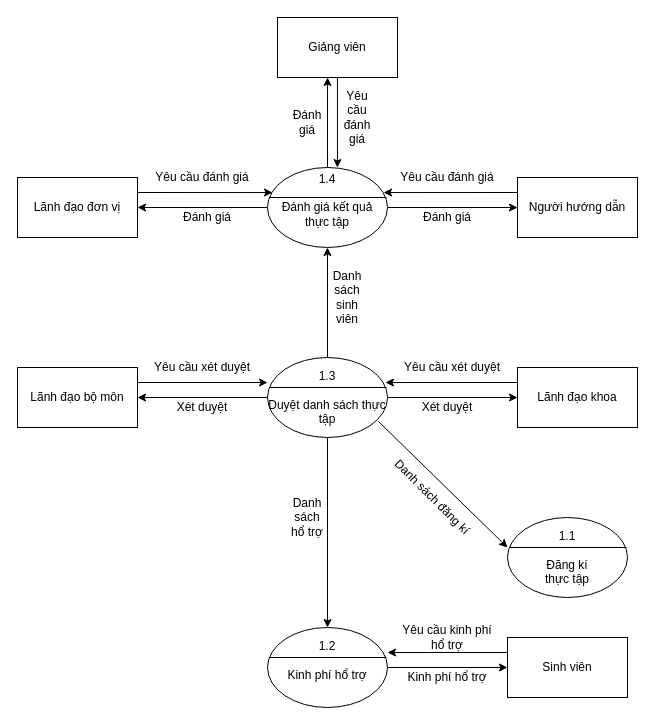
Earlier version of the draw.io diagram PTTK HTTT/DFD/DFD_1.drawio (tronghao/DaAnCSDL). Source tidied: cells renumbered, new cells numbered last; positions are measured from the earlier drawing's top-left corner, leaving out a move shared by most shapes. Both pictures are drawn from the tidied source at 100%, with x=0, y=0 at pixel (17, 17).
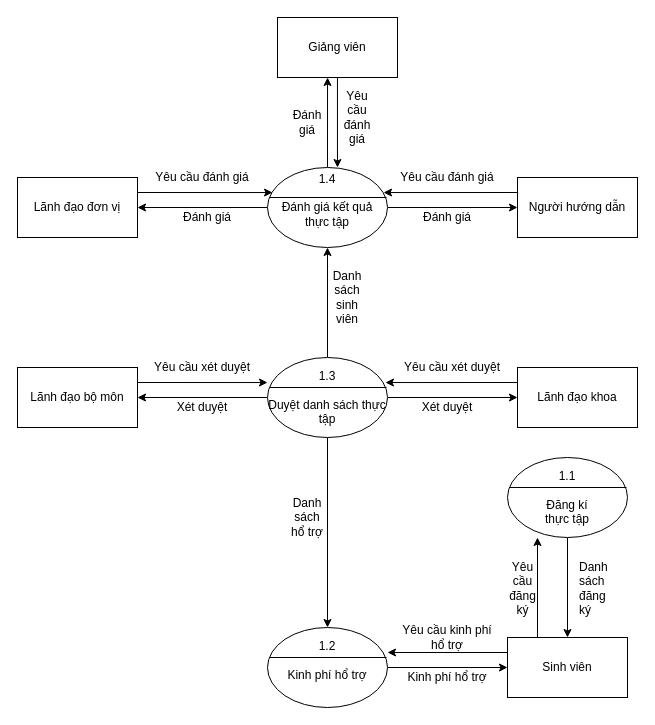
The same diagram, later.

Unchanged cells that the change refers to:
```xml
<mxCell id="8" value="&lt;br&gt;1.3&lt;br&gt;&lt;br&gt;Duyệt danh sách thực tập&lt;br&gt;&lt;br&gt;" style="ellipse;whiteSpace=wrap;html=1;" parent="1" vertex="1">
  <mxGeometry x="250" y="340" width="120" height="80" as="geometry" />
</mxCell>
<mxCell id="23" value="Sinh viên" style="rounded=0;whiteSpace=wrap;html=1;" parent="1" vertex="1">
  <mxGeometry x="490" y="620" width="120" height="60" as="geometry" />
</mxCell>
```

Diff of the diagram source:
```diff
@@
+    <mxCell id="46" style="edgeStyle=orthogonalEdgeStyle;rounded=0;jettySize=auto;html=1;entryX=0.5;entryY=0;entryDx=0;entryDy=0;" parent="1" edge="1" source="10" target="23">
+      <mxGeometry relative="1" as="geometry" />
+    </mxCell>
     <mxCell id="10" value="&lt;br&gt;1.1&lt;br&gt;&lt;br&gt;Đăng kí&lt;br&gt;thực tập&lt;br&gt;&lt;br&gt;" style="ellipse;whiteSpace=wrap;html=1;" parent="1" vertex="1">
-      <mxGeometry x="490" y="500" width="120" height="80" as="geometry" />
+      <mxGeometry x="490" y="440" width="120" height="80" as="geometry" />
     </mxCell>
@@
+    <mxCell id="47" style="edgeStyle=orthogonalEdgeStyle;rounded=0;jettySize=auto;html=1;exitX=0.25;exitY=0;exitDx=0;exitDy=0;entryX=0.25;entryY=1;entryDx=0;entryDy=0;entryPerimeter=0;" parent="1" edge="1" source="23" target="10">
+      <mxGeometry relative="1" as="geometry" />
+    </mxCell>
@@
-    <mxCell id="44" style="endArrow=classic;html=1;exitX=0.925;exitY=0.8;exitDx=0;exitDy=0;exitPerimeter=0;" parent="1" edge="1" source="8">
-      <mxGeometry relative="1" as="geometry">
-        <mxPoint x="490" y="530" as="targetPoint" />
-      </mxGeometry>
-    </mxCell>
-    <mxCell id="45" value="Danh sách đăng kí" style="text;html=1;strokeColor=none;fillColor=none;align=center;verticalAlign=middle;whiteSpace=wrap;rounded=0;rotation=45;" parent="1" vertex="1">
-      <mxGeometry x="350" y="470" width="130" height="20" as="geometry" />
-    </mxCell>
+    <mxCell id="48" value="Yêu &lt;br&gt;cầu &lt;br&gt;đăng &lt;br&gt;ký" style="text;html=1;align=center;verticalAlign=top;spacingTop=-4;" parent="1" vertex="1">
+      <mxGeometry x="480" y="540" width="50" height="60" as="geometry" />
+    </mxCell>
+    <mxCell id="49" value="Danh&lt;br&gt;sách &lt;br&gt;đăng &lt;br&gt;ký" style="text;html=1;align=left;verticalAlign=top;spacingTop=-4;" parent="1" vertex="1">
+      <mxGeometry x="560" y="540" width="50" height="60" as="geometry" />
+    </mxCell>
```
